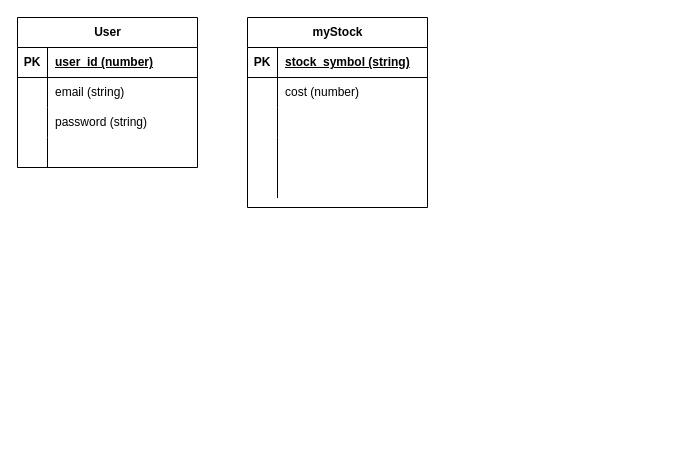
This is E-R Diagram.drawio from wuheison/draw.io, a draw.io file, before an edit. Source tidied: cells renumbered, new cells numbered last; positions are measured from the earlier drawing's top-left corner, leaving out a move shared by most shapes. Both pictures are drawn from the tidied source at 100%, with x=0, y=0 at pixel (17, 17).
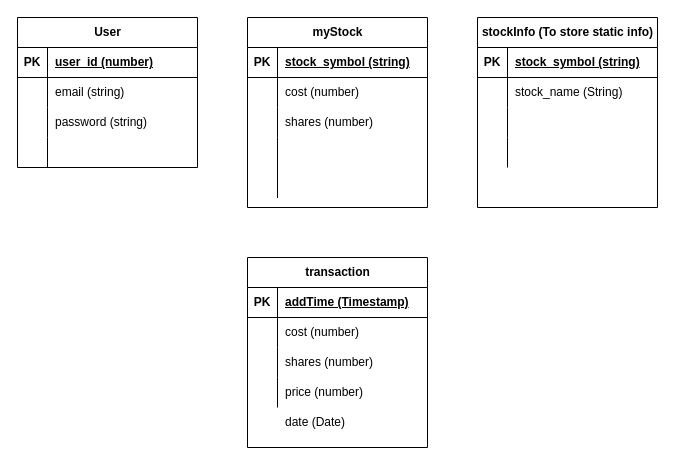
Above is the later version.

Unchanged cells that the change refers to:
```xml
<mxCell id="22" style="shape=tableRow;horizontal=0;startSize=0;swimlaneHead=0;swimlaneBody=0;fillColor=none;top=0;left=0;right=0;bottom=0;" parent="15" vertex="1">
  <mxGeometry y="90" width="180" height="30" as="geometry" />
</mxCell>
```

What changed in the source:
```diff
@@
-    <mxCell id="24" style="shape=partialRectangle;fillColor=none;top=0;left=0;bottom=0;right=0;align=left;spacingLeft=6;overflow=hidden;whiteSpace=wrap;html=1;" parent="22" vertex="1">
+    <mxCell id="24" value="shares (number)" style="shape=partialRectangle;fillColor=none;top=0;left=0;bottom=0;right=0;align=left;spacingLeft=6;overflow=hidden;whiteSpace=wrap;html=1;" parent="22" vertex="1">
       <mxGeometry x="30" width="150" height="30" as="geometry" />
     </mxCell>
@@
+    <mxCell id="31" value="stockInfo (To store static info)" style="shape=table;startSize=30;childLayout=tableLayout;rowLines=0;fontStyle=1;align=center;html=1;" parent="1" vertex="1">
+      <mxGeometry x="460" width="180" height="190" as="geometry" />
+    </mxCell>
+    <mxCell id="32" style="shape=tableRow;horizontal=0;startSize=0;swimlaneHead=0;swimlaneBody=0;fillColor=none;top=0;left=0;right=0;bottom=1;" parent="31" vertex="1">
+      <mxGeometry y="30" width="180" height="30" as="geometry" />
+    </mxCell>
+    <mxCell id="33" value="PK" style="shape=partialRectangle;fillColor=none;top=0;left=0;bottom=0;right=0;fontStyle=1;overflow=hidden;whiteSpace=wrap;html=1;" parent="32" vertex="1">
+      <mxGeometry width="30" height="30" as="geometry" />
+    </mxCell>
+    <mxCell id="34" value="stock_symbol (string)" style="shape=partialRectangle;fillColor=none;top=0;left=0;bottom=0;right=0;align=left;spacingLeft=6;fontStyle=5;overflow=hidden;whiteSpace=wrap;html=1;" parent="32" vertex="1">
+      <mxGeometry x="30" width="150" height="30" as="geometry" />
+    </mxCell>
+    <mxCell id="35" style="shape=tableRow;horizontal=0;startSize=0;swimlaneHead=0;swimlaneBody=0;fillColor=none;top=0;left=0;right=0;bottom=0;" parent="31" vertex="1">
+      <mxGeometry y="60" width="180" height="30" as="geometry" />
+    </mxCell>
+    <mxCell id="36" style="shape=partialRectangle;fillColor=none;top=0;left=0;bottom=0;right=0;overflow=hidden;whiteSpace=wrap;html=1;" parent="35" vertex="1">
+      <mxGeometry width="30" height="30" as="geometry" />
+    </mxCell>
+    <mxCell id="37" value="stock_name (String)" style="shape=partialRectangle;fillColor=none;top=0;left=0;bottom=0;right=0;align=left;spacingLeft=6;overflow=hidden;whiteSpace=wrap;html=1;" parent="35" vertex="1">
+      <mxGeometry x="30" width="150" height="30" as="geometry" />
+    </mxCell>
+    <mxCell id="38" style="shape=tableRow;horizontal=0;startSize=0;swimlaneHead=0;swimlaneBody=0;fillColor=none;top=0;left=0;right=0;bottom=0;" parent="31" vertex="1">
+      <mxGeometry y="90" width="180" height="30" as="geometry" />
+    </mxCell>
+    <mxCell id="39" style="shape=partialRectangle;fillColor=none;top=0;left=0;bottom=0;right=0;overflow=hidden;whiteSpace=wrap;html=1;" parent="38" vertex="1">
+      <mxGeometry width="30" height="30" as="geometry" />
+    </mxCell>
+    <mxCell id="40" style="shape=partialRectangle;fillColor=none;top=0;left=0;bottom=0;right=0;align=left;spacingLeft=6;overflow=hidden;whiteSpace=wrap;html=1;" parent="38" vertex="1">
+      <mxGeometry x="30" width="150" height="30" as="geometry" />
+    </mxCell>
+    <mxCell id="41" style="shape=tableRow;horizontal=0;startSize=0;swimlaneHead=0;swimlaneBody=0;fillColor=none;top=0;left=0;right=0;bottom=0;" parent="31" vertex="1">
+      <mxGeometry y="120" width="180" height="30" as="geometry" />
+    </mxCell>
+    <mxCell id="42" style="shape=partialRectangle;fillColor=none;top=0;left=0;bottom=0;right=0;overflow=hidden;whiteSpace=wrap;html=1;" parent="41" vertex="1">
+      <mxGeometry width="30" height="30" as="geometry" />
+    </mxCell>
+    <mxCell id="43" style="shape=partialRectangle;fillColor=none;top=0;left=0;bottom=0;right=0;align=left;spacingLeft=6;overflow=hidden;whiteSpace=wrap;html=1;" parent="41" vertex="1">
+      <mxGeometry x="30" width="150" height="30" as="geometry" />
+    </mxCell>
+    <mxCell id="44" value="transaction" style="shape=table;startSize=30;childLayout=tableLayout;rowLines=0;fontStyle=1;align=center;html=1;" parent="1" vertex="1">
+      <mxGeometry x="230" y="240" width="180" height="190" as="geometry" />
+    </mxCell>
+    <mxCell id="45" style="shape=tableRow;horizontal=0;startSize=0;swimlaneHead=0;swimlaneBody=0;fillColor=none;top=0;left=0;right=0;bottom=1;" parent="44" vertex="1">
+      <mxGeometry y="30" width="180" height="30" as="geometry" />
+    </mxCell>
+    <mxCell id="46" value="PK" style="shape=partialRectangle;fillColor=none;top=0;left=0;bottom=0;right=0;fontStyle=1;overflow=hidden;whiteSpace=wrap;html=1;" parent="45" vertex="1">
+      <mxGeometry width="30" height="30" as="geometry" />
+    </mxCell>
+    <mxCell id="47" value="addTime (Timestamp)" style="shape=partialRectangle;fillColor=none;top=0;left=0;bottom=0;right=0;align=left;spacingLeft=6;fontStyle=5;overflow=hidden;whiteSpace=wrap;html=1;" parent="45" vertex="1">
+      <mxGeometry x="30" width="150" height="30" as="geometry" />
+    </mxCell>
+    <mxCell id="48" style="shape=tableRow;horizontal=0;startSize=0;swimlaneHead=0;swimlaneBody=0;fillColor=none;top=0;left=0;right=0;bottom=0;" parent="44" vertex="1">
+      <mxGeometry y="60" width="180" height="30" as="geometry" />
+    </mxCell>
+    <mxCell id="49" style="shape=partialRectangle;fillColor=none;top=0;left=0;bottom=0;right=0;overflow=hidden;whiteSpace=wrap;html=1;" parent="48" vertex="1">
+      <mxGeometry width="30" height="30" as="geometry" />
+    </mxCell>
+    <mxCell id="50" value="cost (number)" style="shape=partialRectangle;fillColor=none;top=0;left=0;bottom=0;right=0;align=left;spacingLeft=6;overflow=hidden;whiteSpace=wrap;html=1;" parent="48" vertex="1">
+      <mxGeometry x="30" width="150" height="30" as="geometry" />
+    </mxCell>
+    <mxCell id="51" style="shape=tableRow;horizontal=0;startSize=0;swimlaneHead=0;swimlaneBody=0;fillColor=none;top=0;left=0;right=0;bottom=0;" parent="44" vertex="1">
+      <mxGeometry y="90" width="180" height="30" as="geometry" />
+    </mxCell>
+    <mxCell id="52" style="shape=partialRectangle;fillColor=none;top=0;left=0;bottom=0;right=0;overflow=hidden;whiteSpace=wrap;html=1;" parent="51" vertex="1">
+      <mxGeometry width="30" height="30" as="geometry" />
+    </mxCell>
+    <mxCell id="53" value="shares (number)" style="shape=partialRectangle;fillColor=none;top=0;left=0;bottom=0;right=0;align=left;spacingLeft=6;overflow=hidden;whiteSpace=wrap;html=1;" parent="51" vertex="1">
+      <mxGeometry x="30" width="150" height="30" as="geometry" />
+    </mxCell>
+    <mxCell id="54" style="shape=tableRow;horizontal=0;startSize=0;swimlaneHead=0;swimlaneBody=0;fillColor=none;top=0;left=0;right=0;bottom=0;" parent="44" vertex="1">
+      <mxGeometry y="120" width="180" height="30" as="geometry" />
+    </mxCell>
+    <mxCell id="55" style="shape=partialRectangle;fillColor=none;top=0;left=0;bottom=0;right=0;overflow=hidden;whiteSpace=wrap;html=1;" parent="54" vertex="1">
+      <mxGeometry width="30" height="30" as="geometry" />
+    </mxCell>
+    <mxCell id="56" style="shape=partialRectangle;fillColor=none;top=0;left=0;bottom=0;right=0;align=left;spacingLeft=6;overflow=hidden;whiteSpace=wrap;html=1;" parent="54" vertex="1">
+      <mxGeometry x="30" width="150" height="30" as="geometry" />
+    </mxCell>
+    <mxCell id="57" value="price (number)" style="shape=partialRectangle;fillColor=none;top=0;left=0;bottom=0;right=0;align=left;spacingLeft=6;overflow=hidden;whiteSpace=wrap;html=1;" parent="1" vertex="1">
+      <mxGeometry x="260" y="360" width="150" height="30" as="geometry" />
+    </mxCell>
+    <mxCell id="58" value="date (Date)" style="shape=partialRectangle;fillColor=none;top=0;left=0;bottom=0;right=0;align=left;spacingLeft=6;overflow=hidden;whiteSpace=wrap;html=1;" parent="1" vertex="1">
+      <mxGeometry x="260" y="390" width="150" height="30" as="geometry" />
+    </mxCell>
```
